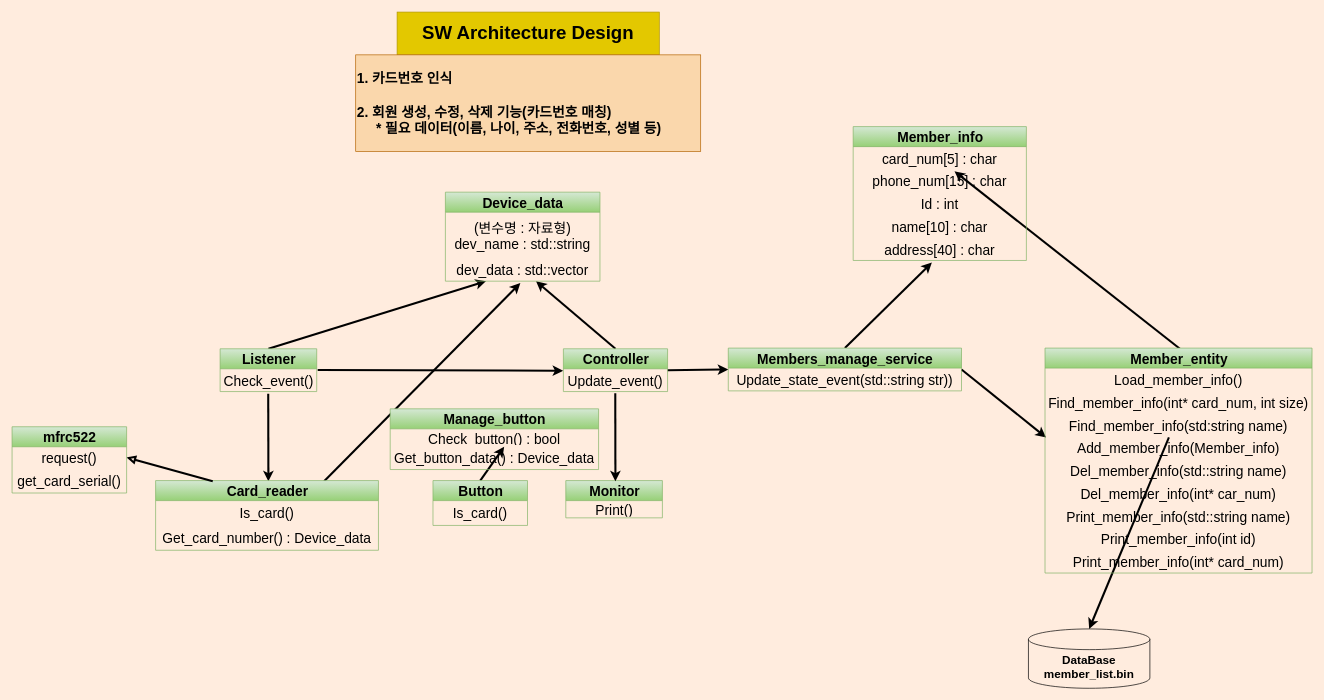
YongSinPark/Golf_member_manager keeps this draw.io diagram as sw_design/Golf_member_manager_design.drawio. Above is the earlier version. Source tidied: cells renumbered, new cells numbered last; positions are measured from the earlier drawing's top-left corner, leaving out a move shared by most shapes. Both pictures are drawn from the tidied source at 69%, with x=0, y=0 at pixel (12, 12).
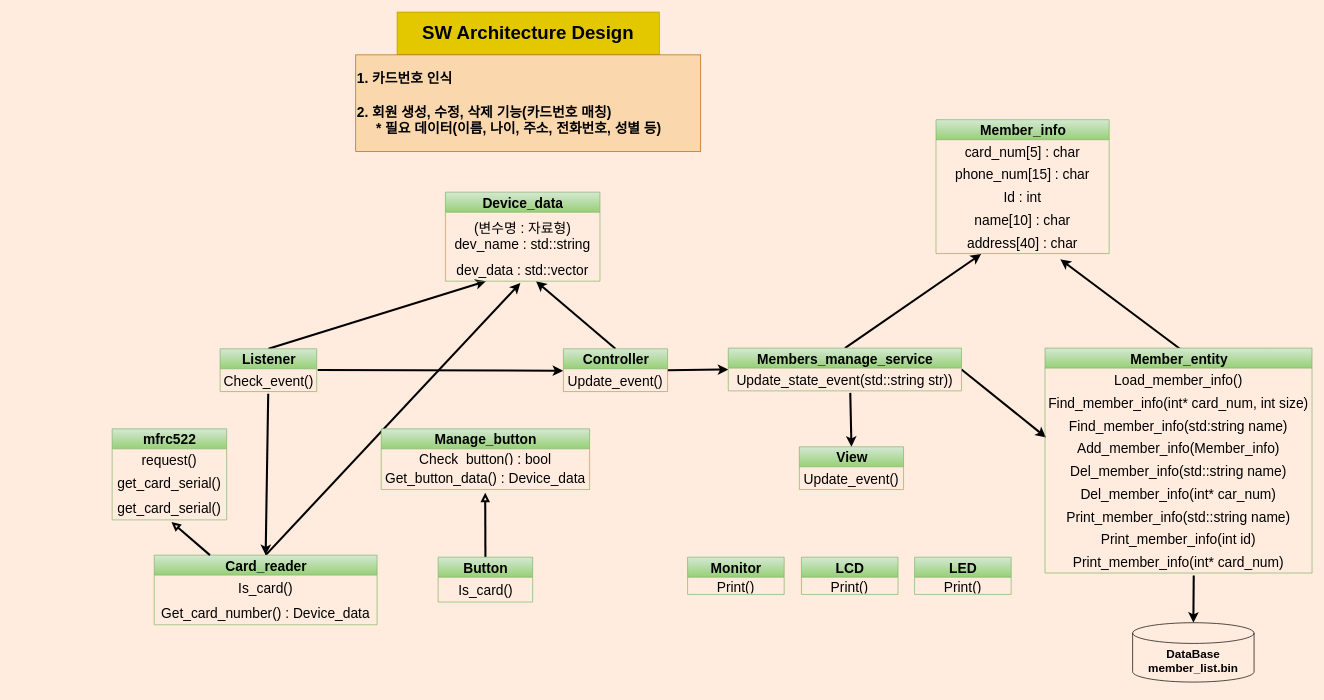
After the change.

The change refers to these unchanged cells:
```xml
<mxCell id="7" value="Check_event()" style="text;html=1;strokeColor=none;fillColor=none;align=center;verticalAlign=middle;spacingLeft=4;spacingRight=4;overflow=hidden;points=[[0,0.5],[1,0.5]];portConstraint=eastwest;fontSize=20;fontColor=#000000;" parent="6" vertex="1">
  <mxGeometry y="29" width="140" height="33" as="geometry" />
</mxCell>
<mxCell id="19" value="Update_event()" style="text;html=1;strokeColor=none;fillColor=none;align=center;verticalAlign=middle;spacingLeft=4;spacingRight=4;overflow=hidden;points=[[0,0.5],[1,0.5]];portConstraint=eastwest;fontSize=20;fontColor=#000000;" parent="18" vertex="1">
  <mxGeometry y="29" width="151" height="33" as="geometry" />
</mxCell>
<mxCell id="23" value="dev_data : std::vector" style="text;html=1;strokeColor=none;fillColor=none;align=center;verticalAlign=middle;spacingLeft=4;spacingRight=4;overflow=hidden;points=[[0,0.5],[1,0.5]];portConstraint=eastwest;fontSize=20;fontColor=#000000;" parent="21" vertex="1">
  <mxGeometry y="96" width="224" height="33" as="geometry" />
</mxCell>
<mxCell id="26" value="request()" style="text;html=1;strokeColor=none;fillColor=none;align=center;verticalAlign=middle;spacingLeft=4;spacingRight=4;overflow=hidden;points=[[0,0.5],[1,0.5]];portConstraint=eastwest;fontSize=20;fontColor=#000000;" parent="25" vertex="1">
  <mxGeometry y="29" width="166" height="31" as="geometry" />
</mxCell>
<mxCell id="31" value="&lt;font color=&quot;#000000&quot;&gt;Members_manage_service&lt;/font&gt;" style="swimlane;fontStyle=1;align=center;verticalAlign=middle;horizontal=1;startSize=29;html=1;fontSize=20;fillColor=#d5e8d4;strokeColor=#82b366;gradientColor=#97d077;" parent="1" vertex="1">
  <mxGeometry x="1038" y="487" width="338" height="62" as="geometry" />
</mxCell>
<mxCell id="32" value="Update_state_event(std::string str))" style="text;html=1;strokeColor=none;fillColor=none;align=center;verticalAlign=middle;spacingLeft=4;spacingRight=4;overflow=hidden;points=[[0,0.5],[1,0.5]];portConstraint=eastwest;fontSize=20;fontColor=#000000;" parent="31" vertex="1">
  <mxGeometry y="29" width="338" height="33" as="geometry" />
</mxCell>
<mxCell id="37" value="Find_member_info(std:string name)" style="text;html=1;strokeColor=none;fillColor=none;align=center;verticalAlign=middle;spacingLeft=4;spacingRight=4;overflow=hidden;points=[[0,0.5],[1,0.5]];portConstraint=eastwest;fontSize=20;fontColor=#000000;" parent="34" vertex="1">
  <mxGeometry y="95" width="387" height="33" as="geometry" />
</mxCell>
<mxCell id="43" value="Print_member_info(int* card_num)" style="text;html=1;strokeColor=none;fillColor=none;align=center;verticalAlign=middle;spacingLeft=4;spacingRight=4;overflow=hidden;points=[[0,0.5],[1,0.5]];portConstraint=eastwest;fontSize=20;fontColor=#000000;" parent="34" vertex="1">
  <mxGeometry y="293" width="387" height="33" as="geometry" />
</mxCell>
<mxCell id="45" value="card_num[5] : char" style="text;html=1;strokeColor=none;fillColor=none;align=center;verticalAlign=middle;spacingLeft=4;spacingRight=4;overflow=hidden;points=[[0,0.5],[1,0.5]];portConstraint=eastwest;fontSize=20;fontColor=#000000;" parent="44" vertex="1">
  <mxGeometry y="29" width="251" height="33" as="geometry" />
</mxCell>
<mxCell id="49" value="address[40] : char" style="text;html=1;strokeColor=none;fillColor=none;align=center;verticalAlign=middle;spacingLeft=4;spacingRight=4;overflow=hidden;points=[[0,0.5],[1,0.5]];portConstraint=eastwest;fontSize=20;fontColor=#000000;" parent="44" vertex="1">
  <mxGeometry y="161" width="251" height="33" as="geometry" />
</mxCell>
<mxCell id="54" value="Check_button() : bool" style="text;html=1;strokeColor=none;fillColor=none;align=center;verticalAlign=middle;spacingLeft=4;spacingRight=4;overflow=hidden;points=[[0,0.5],[1,0.5]];portConstraint=eastwest;fontSize=20;fontColor=#000000;" parent="53" vertex="1">
  <mxGeometry y="29" width="302" height="25" as="geometry" />
</mxCell>
<mxCell id="55" value="Get_button_data() : Device_data" style="text;html=1;strokeColor=none;fillColor=none;align=center;verticalAlign=middle;spacingLeft=4;spacingRight=4;overflow=hidden;points=[[0,0.5],[1,0.5]];portConstraint=eastwest;fontSize=20;fontColor=#000000;" parent="53" vertex="1">
  <mxGeometry y="54" width="302" height="34" as="geometry" />
</mxCell>
```

Change to the diagram source:
```diff
@@
     <mxCell id="8" value="&lt;font color=&quot;#000000&quot;&gt;Monitor&lt;/font&gt;" style="swimlane;fontStyle=1;align=center;verticalAlign=middle;horizontal=1;startSize=29;html=1;fontSize=20;fillColor=#d5e8d4;gradientColor=#97d077;strokeColor=#82b366;" parent="1" vertex="1">
-      <mxGeometry x="802.5" y="679" width="140" height="54" as="geometry" />
+      <mxGeometry x="979" y="790" width="140" height="54" as="geometry" />
     </mxCell>
@@
-    <mxCell id="10" style="edgeStyle=none;rounded=0;html=1;fontSize=20;fontColor=#000000;strokeColor=#000000;strokeWidth=3;entryX=0.5;entryY=0;entryDx=0;entryDy=0;exitX=0.498;exitY=1.1;exitDx=0;exitDy=0;exitPerimeter=0;" parent="1" edge="1" source="7">
-      <mxGeometry relative="1" as="geometry">
-        <mxPoint x="371.5" y="680" as="targetPoint" />
-      </mxGeometry>
+    <mxCell id="10" style="edgeStyle=none;rounded=0;html=1;fontSize=20;fontColor=#000000;strokeColor=#000000;strokeWidth=3;entryX=0.5;entryY=0;entryDx=0;entryDy=0;exitX=0.498;exitY=1.1;exitDx=0;exitDy=0;exitPerimeter=0;" parent="1" edge="1" source="7" target="12">
+      <mxGeometry relative="1" as="geometry" />
     </mxCell>
-    <mxCell id="11" style="edgeStyle=none;rounded=0;html=1;exitX=0.75;exitY=0;exitDx=0;exitDy=0;entryX=0.485;entryY=1.081;entryDx=0;entryDy=0;entryPerimeter=0;fontSize=20;fontColor=#000000;strokeColor=#000000;strokeWidth=3;" parent="1" edge="1" target="23">
-      <mxGeometry relative="1" as="geometry">
-        <mxPoint x="452.2" y="680" as="sourcePoint" />
-      </mxGeometry>
+    <mxCell id="11" style="edgeStyle=none;rounded=0;html=1;exitX=0.5;exitY=0;exitDx=0;exitDy=0;entryX=0.485;entryY=1.081;entryDx=0;entryDy=0;entryPerimeter=0;fontSize=20;fontColor=#000000;strokeColor=#000000;strokeWidth=3;" parent="1" edge="1" source="12" target="23">
+      <mxGeometry relative="1" as="geometry" />
     </mxCell>
     <mxCell id="12" value="&lt;font color=&quot;#000000&quot;&gt;Card_reader&lt;/font&gt;" style="swimlane;fontStyle=1;align=center;verticalAlign=middle;horizontal=1;startSize=29;html=1;fontSize=20;fillColor=#d5e8d4;gradientColor=#97d077;strokeColor=#82b366;" parent="1" vertex="1">
-      <mxGeometry x="208" y="679" width="323" height="101" as="geometry" />
+      <mxGeometry x="206" y="787" width="323" height="101" as="geometry" />
     </mxCell>
@@
-    <mxCell id="16" style="edgeStyle=none;html=1;entryX=0.5;entryY=0;entryDx=0;entryDy=0;entryPerimeter=0;fontSize=17;fontColor=#000000;strokeColor=#000000;strokeWidth=3;exitX=0.464;exitY=1.04;exitDx=0;exitDy=0;exitPerimeter=0;" parent="1" edge="1" source="37" target="28">
+    <mxCell id="16" style="edgeStyle=none;html=1;entryX=0.5;entryY=0;entryDx=0;entryDy=0;entryPerimeter=0;fontSize=17;fontColor=#000000;strokeColor=#000000;strokeWidth=3;exitX=0.557;exitY=1.11;exitDx=0;exitDy=0;exitPerimeter=0;" parent="1" edge="1" source="43" target="28">
       <mxGeometry relative="1" as="geometry" />
     </mxCell>
@@
-    <mxCell id="20" style="edgeStyle=none;html=1;strokeColor=#000000;strokeWidth=3;exitX=0.498;exitY=1.072;exitDx=0;exitDy=0;exitPerimeter=0;" parent="1" edge="1" source="19">
-      <mxGeometry relative="1" as="geometry">
-        <mxPoint x="874.4" y="680" as="targetPoint" />
-      </mxGeometry>
-    </mxCell>
@@
-    <mxCell id="24" style="edgeStyle=none;rounded=0;html=1;exitX=0.25;exitY=0;exitDx=0;exitDy=0;fontSize=20;fontColor=#000000;strokeColor=#000000;strokeWidth=3;endArrow=block;endFill=0;entryX=1;entryY=0.5;entryDx=0;entryDy=0;" parent="1" edge="1" target="26">
+    <mxCell id="24" style="edgeStyle=none;rounded=0;html=1;fontSize=20;fontColor=#000000;strokeColor=#000000;strokeWidth=3;endArrow=block;endFill=0;exitX=0.25;exitY=0;exitDx=0;exitDy=0;" parent="1" edge="1" source="12">
       <mxGeometry relative="1" as="geometry">
-        <mxPoint x="290.8" y="680" as="sourcePoint" />
+        <mxPoint x="231" y="739" as="targetPoint" />
       </mxGeometry>
     </mxCell>
     <mxCell id="25" value="&lt;font color=&quot;#000000&quot;&gt;mfrc522&lt;/font&gt;" style="swimlane;fontStyle=1;align=center;verticalAlign=middle;horizontal=1;startSize=29;html=1;fontSize=20;fillColor=#d5e8d4;gradientColor=#97d077;strokeColor=#82b366;" parent="1" vertex="1">
-      <mxGeometry y="601" width="166" height="96" as="geometry" />
+      <mxGeometry x="145" y="604" width="166" height="132" as="geometry" />
     </mxCell>
@@
+    <mxCell id="56" value="get_card_serial()" style="text;html=1;strokeColor=none;fillColor=none;align=center;verticalAlign=middle;spacingLeft=4;spacingRight=4;overflow=hidden;fontSize=20;fontColor=#000000;" parent="25" vertex="1">
+      <mxGeometry y="96" width="166" height="36" as="geometry" />
+    </mxCell>
     <mxCell id="28" value="&lt;font color=&quot;#000000&quot; size=&quot;1&quot;&gt;&lt;b style=&quot;font-size: 17px&quot;&gt;DataBase&lt;br&gt;member_list.bin&lt;br&gt;&lt;/b&gt;&lt;/font&gt;" style="shape=cylinder3;whiteSpace=wrap;html=1;boundedLbl=1;backgroundOutline=1;size=15;fillColor=none;strokeColor=#000000;" parent="1" vertex="1">
-      <mxGeometry x="1473" y="894" width="176" height="86" as="geometry" />
+      <mxGeometry x="1624" y="885" width="176" height="86" as="geometry" />
     </mxCell>
-    <mxCell id="29" style="edgeStyle=none;html=1;exitX=0.5;exitY=0;exitDx=0;exitDy=0;strokeColor=#000000;strokeWidth=3;" parent="1" edge="1" source="31">
-      <mxGeometry relative="1" as="geometry">
-        <mxPoint x="1333" y="363" as="targetPoint" />
-      </mxGeometry>
+    <mxCell id="29" style="edgeStyle=none;html=1;exitX=0.5;exitY=0;exitDx=0;exitDy=0;strokeColor=#000000;strokeWidth=3;entryX=0.261;entryY=1.021;entryDx=0;entryDy=0;entryPerimeter=0;" parent="1" edge="1" source="31" target="49">
+      <mxGeometry relative="1" as="geometry" />
     </mxCell>
@@
-    <mxCell id="33" style="edgeStyle=none;html=1;exitX=0.5;exitY=0;exitDx=0;exitDy=0;entryX=0.585;entryY=1.086;entryDx=0;entryDy=0;entryPerimeter=0;strokeWidth=3;strokeColor=#000000;" parent="1" edge="1" target="45">
+    <mxCell id="33" style="edgeStyle=none;html=1;exitX=0.5;exitY=0;exitDx=0;exitDy=0;entryX=0.718;entryY=1.251;entryDx=0;entryDy=0;strokeWidth=3;strokeColor=#000000;entryPerimeter=0;" parent="1" edge="1" target="49">
       <mxGeometry relative="1" as="geometry">
         <mxPoint x="1692.5" y="488" as="sourcePoint" />
       </mxGeometry>
     </mxCell>
@@
     <mxCell id="44" value="&lt;font color=&quot;#000000&quot;&gt;Member_info&lt;/font&gt;" style="swimlane;fontStyle=1;align=center;verticalAlign=middle;horizontal=1;startSize=29;html=1;fontSize=20;fillColor=#d5e8d4;strokeColor=#82b366;gradientColor=#97d077;" parent="1" vertex="1">
-      <mxGeometry x="1219" y="166" width="251" height="194" as="geometry" />
+      <mxGeometry x="1339" y="156" width="251" height="194" as="geometry" />
     </mxCell>
@@
-    <mxCell id="50" style="edgeStyle=none;html=1;exitX=0.5;exitY=0;exitDx=0;exitDy=0;entryX=0.547;entryY=1.035;entryDx=0;entryDy=0;entryPerimeter=0;strokeColor=#000000;strokeWidth=3;" parent="1" edge="1" source="51" target="54">
+    <mxCell id="50" style="edgeStyle=none;html=1;exitX=0.5;exitY=0;exitDx=0;exitDy=0;entryX=0.499;entryY=1.136;entryDx=0;entryDy=0;entryPerimeter=0;strokeColor=#000000;strokeWidth=3;endArrow=block;endFill=0;" parent="1" edge="1" source="51" target="55">
       <mxGeometry relative="1" as="geometry" />
     </mxCell>
     <mxCell id="51" value="&lt;font color=&quot;#000000&quot;&gt;Button&lt;/font&gt;" style="swimlane;fontStyle=1;align=center;verticalAlign=middle;horizontal=1;startSize=29;html=1;fontSize=20;fillColor=#d5e8d4;gradientColor=#97d077;strokeColor=#82b366;" parent="1" vertex="1">
-      <mxGeometry x="610" y="679" width="137" height="65" as="geometry" />
+      <mxGeometry x="617.5" y="790" width="137" height="65" as="geometry" />
     </mxCell>
@@
     <mxCell id="53" value="&lt;font color=&quot;#000000&quot;&gt;Manage_button&lt;/font&gt;" style="swimlane;fontStyle=1;align=center;verticalAlign=middle;horizontal=1;startSize=29;html=1;fontSize=20;fillColor=#d5e8d4;gradientColor=#97d077;strokeColor=#82b366;" parent="1" vertex="1">
-      <mxGeometry x="548" y="575" width="302" height="88" as="geometry" />
+      <mxGeometry x="535" y="604" width="302" height="88" as="geometry" />
     </mxCell>
@@
+    <mxCell id="57" value="&lt;font color=&quot;#000000&quot;&gt;View&lt;/font&gt;" style="swimlane;fontStyle=1;align=center;verticalAlign=middle;horizontal=1;startSize=29;html=1;fontSize=20;fillColor=#d5e8d4;strokeColor=#82b366;gradientColor=#97d077;" parent="1" vertex="1">
+      <mxGeometry x="1141" y="630" width="151" height="62" as="geometry" />
+    </mxCell>
+    <mxCell id="58" value="Update_event()" style="text;html=1;strokeColor=none;fillColor=none;align=center;verticalAlign=middle;spacingLeft=4;spacingRight=4;overflow=hidden;fontSize=20;fontColor=#000000;" parent="57" vertex="1">
+      <mxGeometry y="29" width="151" height="33" as="geometry" />
+    </mxCell>
+    <mxCell id="59" value="&lt;font color=&quot;#000000&quot;&gt;LCD&lt;/font&gt;" style="swimlane;fontStyle=1;align=center;verticalAlign=middle;horizontal=1;startSize=29;html=1;fontSize=20;fillColor=#d5e8d4;gradientColor=#97d077;strokeColor=#82b366;" parent="1" vertex="1">
+      <mxGeometry x="1144" y="790" width="140" height="54" as="geometry" />
+    </mxCell>
+    <mxCell id="60" value="Print()" style="text;html=1;strokeColor=none;fillColor=none;align=center;verticalAlign=middle;spacingLeft=4;spacingRight=4;overflow=hidden;fontSize=20;fontColor=#000000;" parent="59" vertex="1">
+      <mxGeometry y="29" width="140" height="25" as="geometry" />
+    </mxCell>
+    <mxCell id="61" value="&lt;font color=&quot;#000000&quot;&gt;LED&lt;/font&gt;" style="swimlane;fontStyle=1;align=center;verticalAlign=middle;horizontal=1;startSize=29;html=1;fontSize=20;fillColor=#d5e8d4;gradientColor=#97d077;strokeColor=#82b366;" parent="1" vertex="1">
+      <mxGeometry x="1308" y="790" width="140" height="54" as="geometry" />
+    </mxCell>
+    <mxCell id="62" value="Print()" style="text;html=1;strokeColor=none;fillColor=none;align=center;verticalAlign=middle;spacingLeft=4;spacingRight=4;overflow=hidden;fontSize=20;fontColor=#000000;" parent="61" vertex="1">
+      <mxGeometry y="29" width="140" height="25" as="geometry" />
+    </mxCell>
+    <mxCell id="63" style="edgeStyle=none;html=1;exitX=0.523;exitY=1.087;exitDx=0;exitDy=0;entryX=0.5;entryY=0;entryDx=0;entryDy=0;endArrow=classic;endFill=1;strokeColor=#000000;strokeWidth=3;exitPerimeter=0;" parent="1" edge="1" source="32" target="57">
+      <mxGeometry relative="1" as="geometry" />
+    </mxCell>
```
